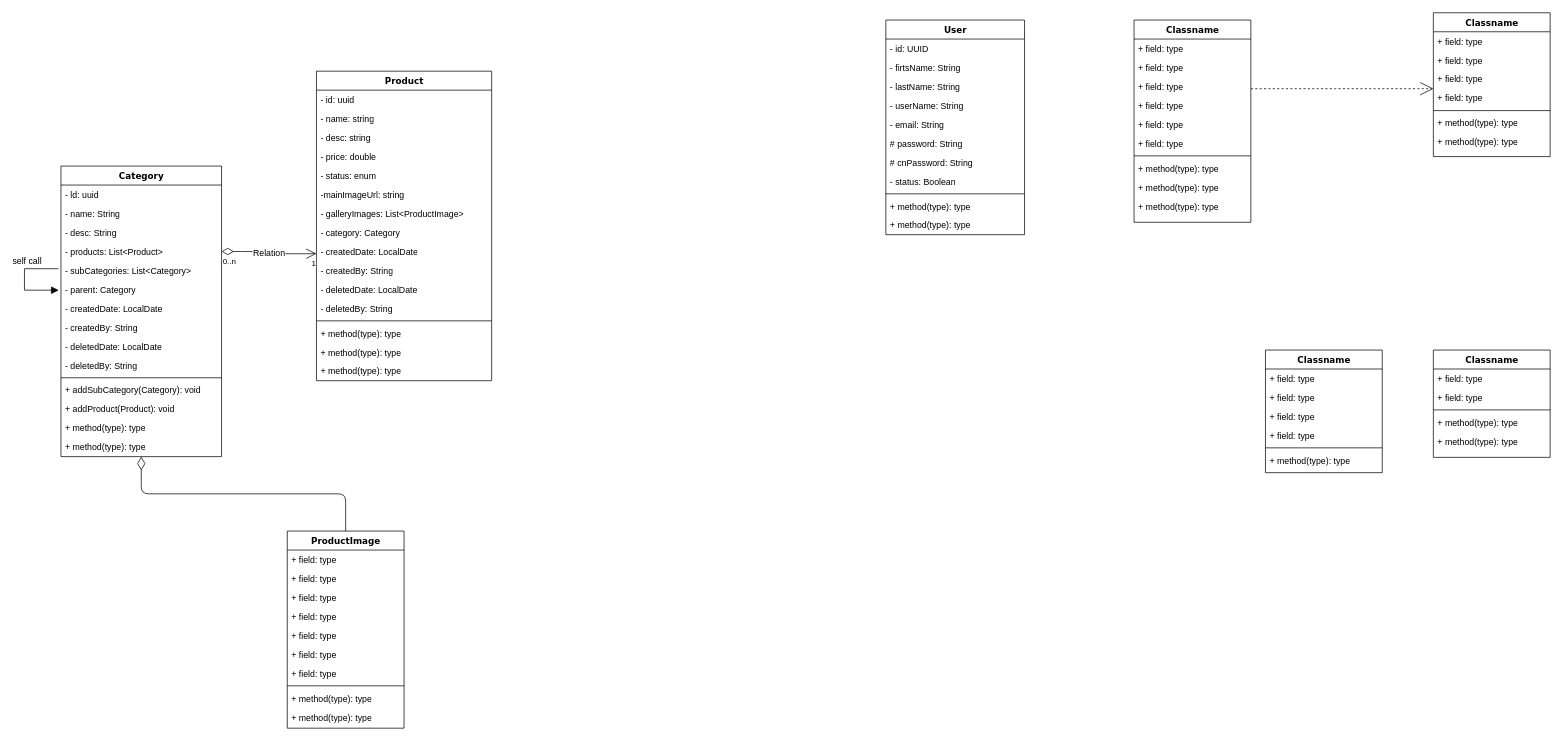
Earlier version of the draw.io diagram ecom.drawio (fardeenhsiddiqui/design-pattern). Source tidied: cells renumbered, new cells numbered last; positions are measured from the earlier drawing's top-left corner, leaving out a move shared by most shapes. Both pictures are drawn from the tidied source at 73%, with x=0, y=0 at pixel (24, 12).
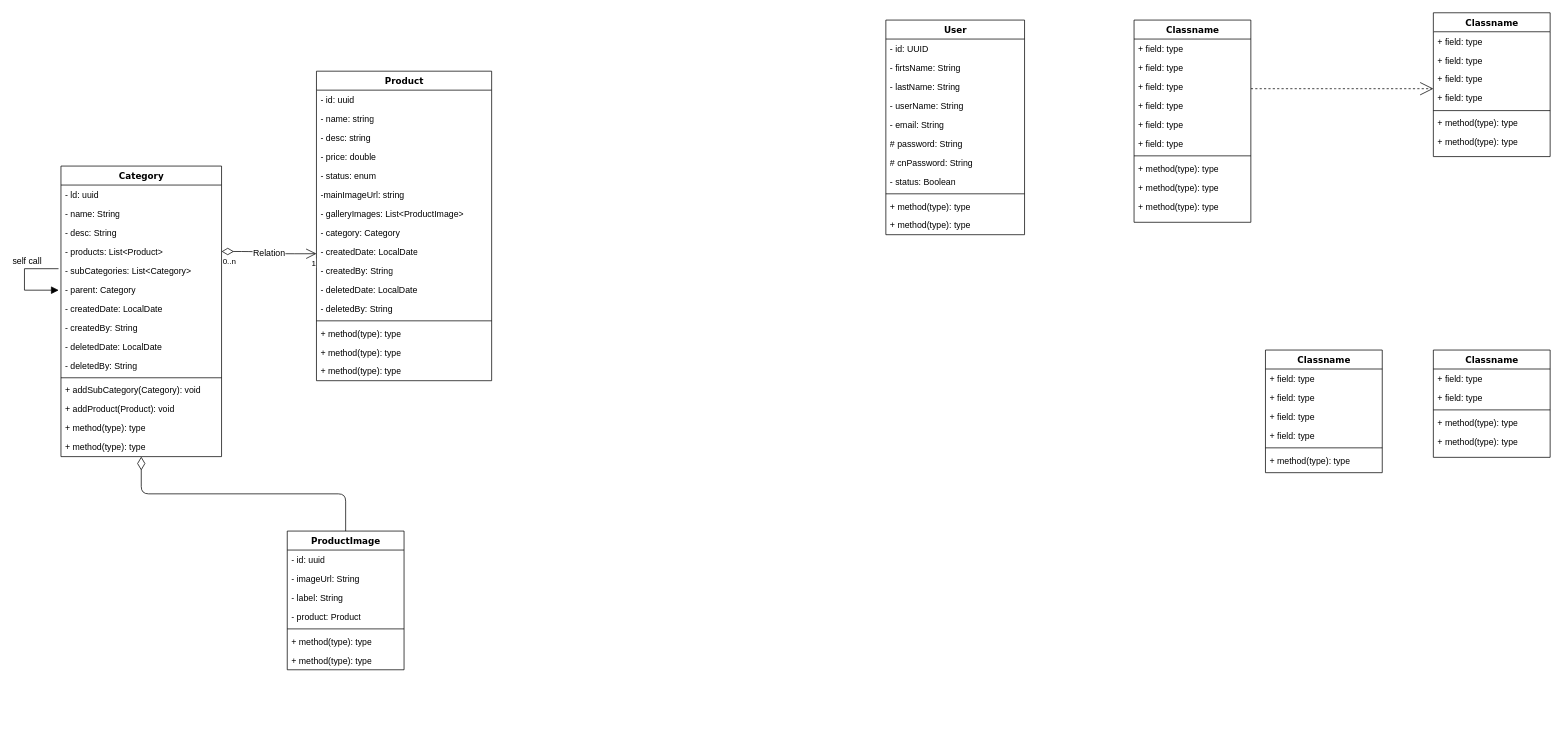
Above is the later version.

Change to the diagram source:
```diff
@@
     <mxCell id="68" value="ProductImage" style="swimlane;html=1;fontStyle=1;align=center;verticalAlign=top;horizontal=1;startSize=26;swimlaneFillColor=#ffffff;rounded=0;shadow=0;comic=0;labelBackgroundColor=none;strokeWidth=1;fillColor=none;fontFamily=Verdana;fontSize=12;" parent="1" vertex="1">
-      <mxGeometry x="360" y="710" width="160" height="270" as="geometry" />
+      <mxGeometry x="360" y="710" width="160" height="190" as="geometry" />
     </mxCell>
-    <mxCell id="69" value="+ field: type" style="text;html=1;strokeColor=none;fillColor=none;align=left;verticalAlign=top;spacingLeft=4;spacingRight=4;whiteSpace=wrap;overflow=hidden;" parent="68" vertex="1">
+    <mxCell id="69" value="- id: uuid" style="text;html=1;strokeColor=none;fillColor=none;align=left;verticalAlign=top;spacingLeft=4;spacingRight=4;whiteSpace=wrap;overflow=hidden;" parent="68" vertex="1">
       <mxGeometry y="26" width="160" height="26" as="geometry" />
     </mxCell>
-    <mxCell id="70" value="+ field: type" style="text;html=1;strokeColor=none;fillColor=none;align=left;verticalAlign=top;spacingLeft=4;spacingRight=4;whiteSpace=wrap;overflow=hidden;" parent="68" vertex="1">
+    <mxCell id="70" value="- imageUrl: String" style="text;html=1;strokeColor=none;fillColor=none;align=left;verticalAlign=top;spacingLeft=4;spacingRight=4;whiteSpace=wrap;overflow=hidden;" parent="68" vertex="1">
       <mxGeometry y="52" width="160" height="26" as="geometry" />
     </mxCell>
-    <mxCell id="71" value="+ field: type" style="text;html=1;strokeColor=none;fillColor=none;align=left;verticalAlign=top;spacingLeft=4;spacingRight=4;whiteSpace=wrap;overflow=hidden;" parent="68" vertex="1">
+    <mxCell id="71" value="- label: String" style="text;html=1;strokeColor=none;fillColor=none;align=left;verticalAlign=top;spacingLeft=4;spacingRight=4;whiteSpace=wrap;overflow=hidden;" parent="68" vertex="1">
       <mxGeometry y="78" width="160" height="26" as="geometry" />
     </mxCell>
-    <mxCell id="72" value="+ field: type" style="text;html=1;strokeColor=none;fillColor=none;align=left;verticalAlign=top;spacingLeft=4;spacingRight=4;whiteSpace=wrap;overflow=hidden;" parent="68" vertex="1">
+    <mxCell id="72" value="- product: Product" style="text;html=1;strokeColor=none;fillColor=none;align=left;verticalAlign=top;spacingLeft=4;spacingRight=4;whiteSpace=wrap;overflow=hidden;" parent="68" vertex="1">
       <mxGeometry y="104" width="160" height="26" as="geometry" />
     </mxCell>
-    <mxCell id="73" value="+ field: type" style="text;html=1;strokeColor=none;fillColor=none;align=left;verticalAlign=top;spacingLeft=4;spacingRight=4;whiteSpace=wrap;overflow=hidden;" parent="68" vertex="1">
-      <mxGeometry y="130" width="160" height="26" as="geometry" />
-    </mxCell>
-    <mxCell id="74" value="+ field: type" style="text;html=1;strokeColor=none;fillColor=none;align=left;verticalAlign=top;spacingLeft=4;spacingRight=4;whiteSpace=wrap;overflow=hidden;" parent="68" vertex="1">
-      <mxGeometry y="156" width="160" height="26" as="geometry" />
-    </mxCell>
-    <mxCell id="75" value="+ field: type" style="text;html=1;strokeColor=none;fillColor=none;align=left;verticalAlign=top;spacingLeft=4;spacingRight=4;whiteSpace=wrap;overflow=hidden;" parent="68" vertex="1">
-      <mxGeometry y="182" width="160" height="26" as="geometry" />
-    </mxCell>
     <mxCell id="76" style="line;html=1;strokeWidth=1;fillColor=none;align=left;verticalAlign=middle;spacingTop=-1;spacingLeft=3;spacingRight=3;labelPosition=right;" parent="68" vertex="1">
-      <mxGeometry y="208" width="160" height="8" as="geometry" />
+      <mxGeometry y="130" width="160" height="8" as="geometry" />
     </mxCell>
     <mxCell id="77" value="+ method(type): type" style="text;html=1;strokeColor=none;fillColor=none;align=left;verticalAlign=top;spacingLeft=4;spacingRight=4;whiteSpace=wrap;overflow=hidden;" parent="68" vertex="1">
-      <mxGeometry y="216" width="160" height="26" as="geometry" />
+      <mxGeometry y="138" width="160" height="26" as="geometry" />
     </mxCell>
     <mxCell id="78" value="+ method(type): type" style="text;html=1;strokeColor=none;fillColor=none;align=left;verticalAlign=top;spacingLeft=4;spacingRight=4;whiteSpace=wrap;overflow=hidden;" parent="68" vertex="1">
-      <mxGeometry y="242" width="160" height="26" as="geometry" />
+      <mxGeometry y="164" width="160" height="26" as="geometry" />
     </mxCell>
```
